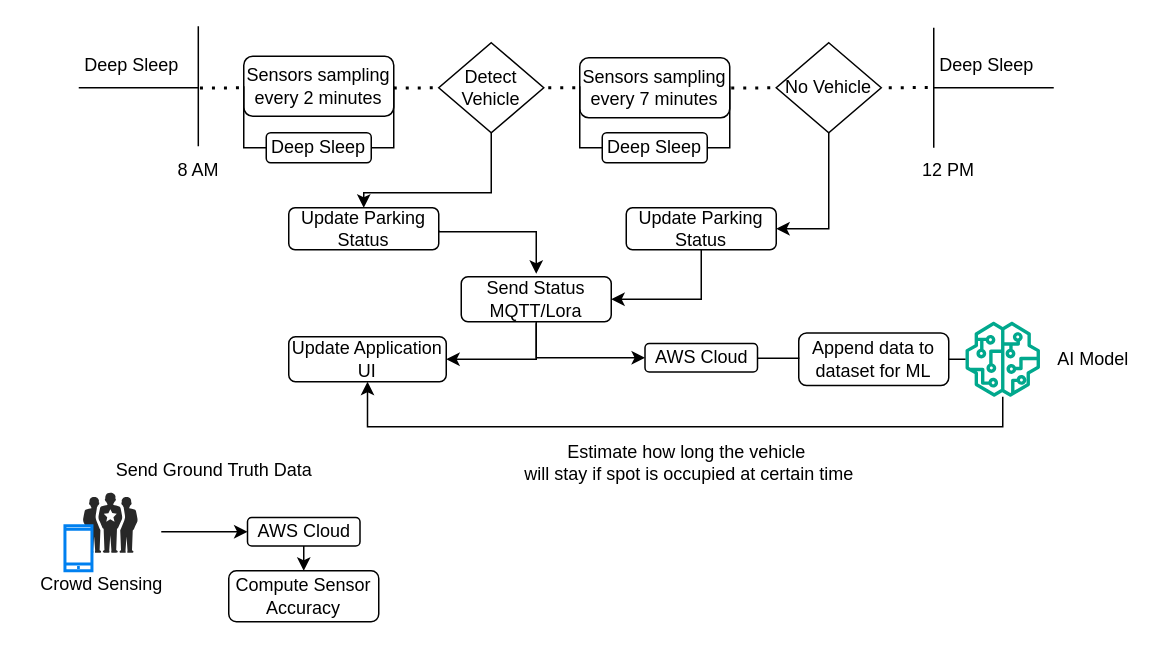
Above: Datasheets/iot pipeline.drawio in najeh-halawani/IoT-Smart-Parking-System (draw.io), before the change. Source tidied: cells renumbered, new cells numbered last; positions are measured from the earlier drawing's top-left corner, leaving out a move shared by most shapes. Both pictures are drawn from the tidied source at 150%, with x=0, y=0 at pixel (26, 26).
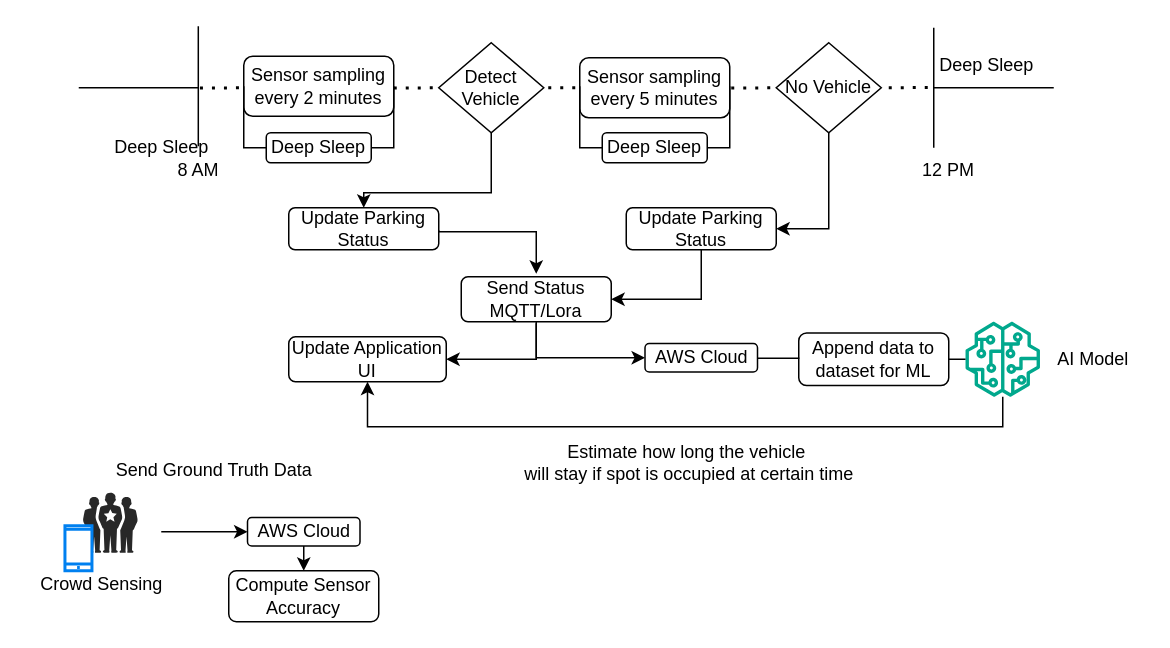
Above is the later version.

Diff of the diagram source:
```diff
@@
     <mxCell id="3" value="Deep Sleep" style="text;html=1;align=center;verticalAlign=middle;strokeColor=none;fillColor=none;" parent="1" vertex="1">
-      <mxGeometry x="25" y="11" width="90" height="30" as="geometry" />
+      <mxGeometry x="45" y="66" width="90" height="30" as="geometry" />
     </mxCell>
@@
-    <mxCell id="5" value="Sensors sampling every 2 minutes" style="rounded=1;whiteSpace=wrap;html=1;" parent="1" vertex="1">
+    <mxCell id="5" value="Sensor sampling every 2 minutes" style="rounded=1;whiteSpace=wrap;html=1;" parent="1" vertex="1">
       <mxGeometry x="145" y="20" width="100" height="40" as="geometry" />
     </mxCell>
@@
-    <mxCell id="9" value="Sensors sampling every 7 minutes" style="rounded=1;whiteSpace=wrap;html=1;" parent="1" vertex="1">
+    <mxCell id="9" value="Sensor sampling every 5 minutes" style="rounded=1;whiteSpace=wrap;html=1;" parent="1" vertex="1">
       <mxGeometry x="369" y="21" width="100" height="40" as="geometry" />
     </mxCell>
```
